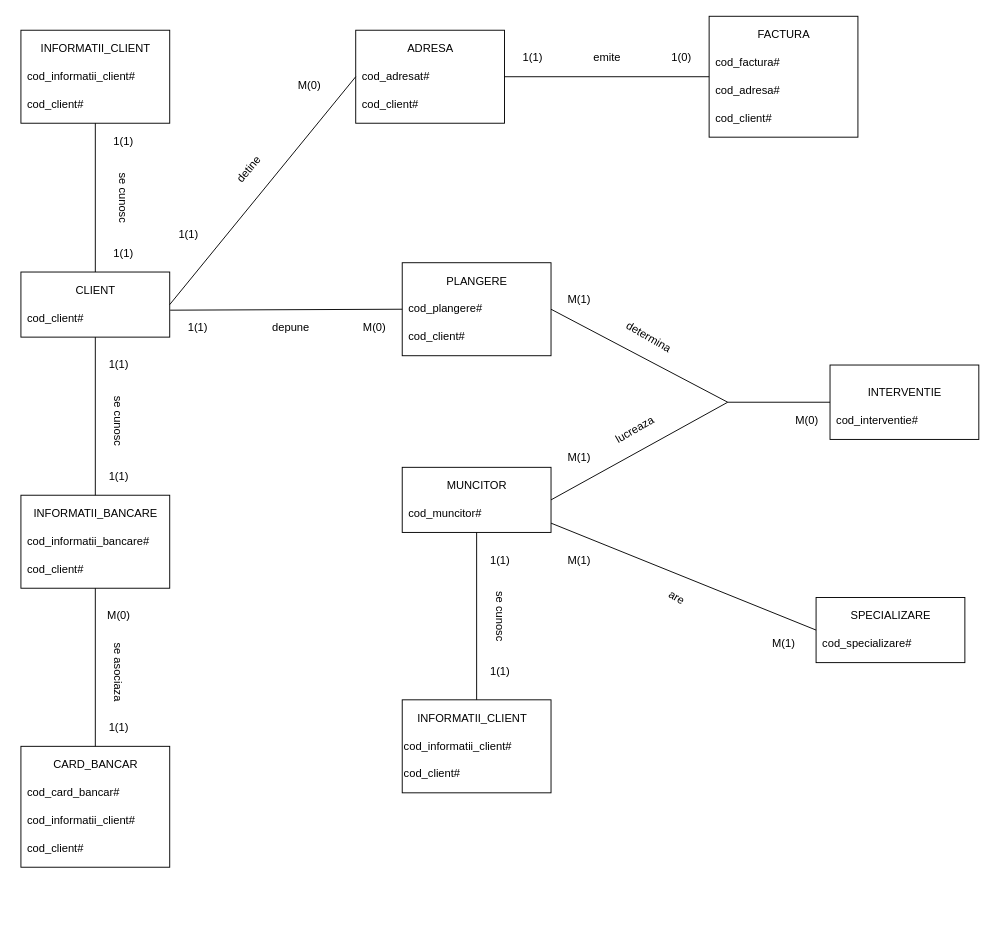
The draw.io diagram Proiect/Diagram_ER.drawio in ProiecteFacultate/Proiect_BD, before the edit. Source tidied: cells renumbered, new cells numbered last; positions are measured from the earlier drawing's top-left corner, leaving out a move shared by most shapes. Both pictures are drawn from the tidied source at 93%, with x=0, y=0 at pixel (20, 16).
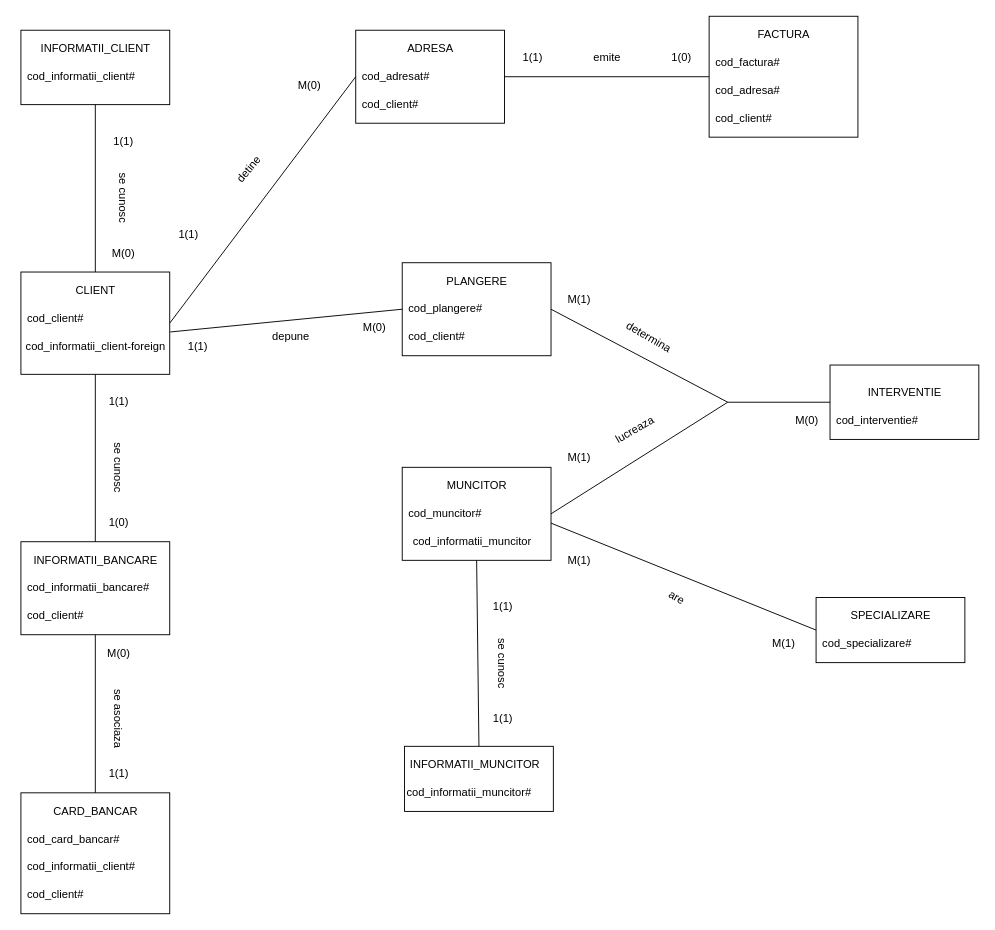
After the change.

Diff of the diagram source:
```diff
@@
     <mxCell id="2" style="rounded=0;whiteSpace=wrap;html=1;fillColor=none;" parent="1" vertex="1">
-      <mxGeometry y="275" width="160" height="70" as="geometry" />
+      <mxGeometry y="275" width="160" height="110" as="geometry" />
     </mxCell>
@@
     <mxCell id="5" style="rounded=0;whiteSpace=wrap;html=1;fillColor=none;" parent="1" vertex="1">
-      <mxGeometry y="515" width="160" height="100" as="geometry" />
+      <mxGeometry y="565" width="160" height="100" as="geometry" />
     </mxCell>
     <mxCell id="6" value="INFORMATII_BANCARE&lt;br&gt;" style="text;html=1;align=center;verticalAlign=middle;fillColor=none;strokeColor=none;rounded=0;" parent="1" vertex="1">
-      <mxGeometry x="5" y="525" width="150" height="20" as="geometry" />
+      <mxGeometry x="5" y="575" width="150" height="20" as="geometry" />
     </mxCell>
     <mxCell id="7" value="cod_informatii_bancare#" style="text;html=1;align=left;verticalAlign=middle;fillColor=none;strokeColor=none;rounded=0;" parent="1" vertex="1">
-      <mxGeometry x="5" y="555" width="150" height="20" as="geometry" />
+      <mxGeometry x="5" y="605" width="150" height="20" as="geometry" />
     </mxCell>
     <mxCell id="8" value="&lt;div style=&quot;&quot;&gt;&lt;span style=&quot;background-color: initial;&quot;&gt;cod_client#&lt;/span&gt;&lt;/div&gt;" style="text;html=1;align=left;verticalAlign=middle;fillColor=none;strokeColor=none;rounded=0;" parent="1" vertex="1">
-      <mxGeometry x="5" y="585" width="80" height="20" as="geometry" />
+      <mxGeometry x="5" y="635" width="80" height="20" as="geometry" />
     </mxCell>
     <mxCell id="9" value="se cunosc&lt;br&gt;" style="text;html=1;align=center;verticalAlign=middle;fillColor=none;strokeColor=none;rounded=0;rotation=90;" parent="1" vertex="1">
-      <mxGeometry x="70" y="425" width="70" height="20" as="geometry" />
+      <mxGeometry x="70" y="475" width="70" height="20" as="geometry" />
     </mxCell>
     <mxCell id="10" value="1(1)" style="text;html=1;align=center;verticalAlign=middle;fillColor=none;strokeColor=none;rounded=0;rotation=0;" parent="1" vertex="1">
-      <mxGeometry x="85" y="365" width="40" height="20" as="geometry" />
+      <mxGeometry x="85" y="405" width="40" height="20" as="geometry" />
     </mxCell>
-    <mxCell id="11" value="1(1)" style="text;html=1;align=center;verticalAlign=middle;fillColor=none;strokeColor=none;rounded=0;rotation=0;" parent="1" vertex="1">
-      <mxGeometry x="85" y="485" width="40" height="20" as="geometry" />
+    <mxCell id="11" value="1(0)" style="text;html=1;align=center;verticalAlign=middle;fillColor=none;strokeColor=none;rounded=0;rotation=0;" parent="1" vertex="1">
+      <mxGeometry x="85" y="535" width="40" height="20" as="geometry" />
     </mxCell>
     <mxCell id="12" style="rounded=0;whiteSpace=wrap;html=1;fillColor=none;" parent="1" vertex="1">
-      <mxGeometry y="785" width="160" height="130" as="geometry" />
+      <mxGeometry y="835" width="160" height="130" as="geometry" />
     </mxCell>
     <mxCell id="13" value="CARD_BANCAR" style="text;html=1;align=center;verticalAlign=middle;fillColor=none;strokeColor=none;rounded=0;" parent="1" vertex="1">
-      <mxGeometry x="25" y="795" width="110" height="20" as="geometry" />
+      <mxGeometry x="25" y="845" width="110" height="20" as="geometry" />
     </mxCell>
     <mxCell id="14" value="cod_card_bancar#" style="text;html=1;align=left;verticalAlign=middle;fillColor=none;strokeColor=none;rounded=0;" parent="1" vertex="1">
-      <mxGeometry x="5" y="825" width="110" height="20" as="geometry" />
+      <mxGeometry x="5" y="875" width="110" height="20" as="geometry" />
     </mxCell>
     <mxCell id="15" value="cod_informatii_client#" style="text;html=1;align=left;verticalAlign=middle;fillColor=none;strokeColor=none;rounded=0;" parent="1" vertex="1">
-      <mxGeometry x="5" y="855" width="130" height="20" as="geometry" />
+      <mxGeometry x="5" y="905" width="130" height="20" as="geometry" />
     </mxCell>
     <mxCell id="16" value="cod_client#" style="text;html=1;align=left;verticalAlign=middle;fillColor=none;strokeColor=none;rounded=0;" parent="1" vertex="1">
-      <mxGeometry x="5" y="885" width="80" height="20" as="geometry" />
+      <mxGeometry x="5" y="935" width="80" height="20" as="geometry" />
     </mxCell>
     <mxCell id="17" value="se asociaza&lt;br&gt;" style="text;html=1;align=center;verticalAlign=middle;fillColor=none;strokeColor=none;rounded=0;rotation=90;" parent="1" vertex="1">
-      <mxGeometry x="65" y="695" width="80" height="20" as="geometry" />
+      <mxGeometry x="65" y="745" width="80" height="20" as="geometry" />
     </mxCell>
     <mxCell id="18" value="1(1)" style="text;html=1;align=center;verticalAlign=middle;fillColor=none;strokeColor=none;rounded=0;rotation=0;" parent="1" vertex="1">
-      <mxGeometry x="85" y="755" width="40" height="20" as="geometry" />
+      <mxGeometry x="85" y="805" width="40" height="20" as="geometry" />
     </mxCell>
     <mxCell id="19" value="M(0)" style="text;html=1;align=center;verticalAlign=middle;fillColor=none;strokeColor=none;rounded=0;rotation=0;" parent="1" vertex="1">
-      <mxGeometry x="85" y="635" width="40" height="20" as="geometry" />
+      <mxGeometry x="85" y="675" width="40" height="20" as="geometry" />
     </mxCell>
     <mxCell id="20" style="rounded=0;whiteSpace=wrap;html=1;fillColor=none;" parent="1" vertex="1">
-      <mxGeometry y="15" width="160" height="100" as="geometry" />
+      <mxGeometry y="15" width="160" height="80" as="geometry" />
     </mxCell>
@@
-    <mxCell id="23" value="&lt;div style=&quot;&quot;&gt;&lt;span style=&quot;background-color: initial;&quot;&gt;cod_client#&lt;/span&gt;&lt;/div&gt;" style="text;html=1;align=left;verticalAlign=middle;fillColor=none;strokeColor=none;rounded=0;" parent="1" vertex="1">
-      <mxGeometry x="5" y="85" width="80" height="20" as="geometry" />
-    </mxCell>
@@
-    <mxCell id="29" value="1(1)" style="text;html=1;align=center;verticalAlign=middle;fillColor=none;strokeColor=none;rounded=0;rotation=0;" parent="1" vertex="1">
+    <mxCell id="29" value="M(0)" style="text;html=1;align=center;verticalAlign=middle;fillColor=none;strokeColor=none;rounded=0;rotation=0;" parent="1" vertex="1">
       <mxGeometry x="90" y="245" width="40" height="20" as="geometry" />
     </mxCell>
@@
     <mxCell id="52" value="depune&lt;br&gt;" style="text;html=1;align=center;verticalAlign=middle;fillColor=none;strokeColor=none;rounded=0;" parent="1" vertex="1">
-      <mxGeometry x="260" y="325" width="60" height="20" as="geometry" />
+      <mxGeometry x="260" y="335" width="60" height="20" as="geometry" />
     </mxCell>
     <mxCell id="53" value="1(1)" style="text;html=1;align=center;verticalAlign=middle;fillColor=none;strokeColor=none;rounded=0;rotation=0;" parent="1" vertex="1">
-      <mxGeometry x="170" y="325" width="40" height="20" as="geometry" />
+      <mxGeometry x="170" y="345" width="40" height="20" as="geometry" />
     </mxCell>
@@
     <mxCell id="55" style="rounded=0;whiteSpace=wrap;html=1;fillColor=none;" parent="1" vertex="1">
-      <mxGeometry x="410" y="485" width="160" height="70" as="geometry" />
+      <mxGeometry x="410" y="485" width="160" height="100" as="geometry" />
     </mxCell>
@@
     <mxCell id="69" style="rounded=0;whiteSpace=wrap;html=1;fillColor=none;" parent="1" vertex="1">
-      <mxGeometry x="410" y="735" width="160" height="100" as="geometry" />
+      <mxGeometry x="412.5" y="785" width="160" height="70" as="geometry" />
     </mxCell>
-    <mxCell id="70" value="INFORMATII_CLIENT" style="text;html=1;align=center;verticalAlign=middle;fillColor=none;strokeColor=none;rounded=0;" parent="1" vertex="1">
-      <mxGeometry x="420" y="745" width="130" height="20" as="geometry" />
+    <mxCell id="70" value="INFORMATII_MUNCITOR" style="text;html=1;align=center;verticalAlign=middle;fillColor=none;strokeColor=none;rounded=0;" parent="1" vertex="1">
+      <mxGeometry x="407.5" y="795" width="160" height="20" as="geometry" />
     </mxCell>
-    <mxCell id="71" value="cod_informatii_client#" style="text;html=1;align=left;verticalAlign=middle;fillColor=none;strokeColor=none;rounded=0;" parent="1" vertex="1">
-      <mxGeometry x="410" y="775" width="130" height="20" as="geometry" />
+    <mxCell id="71" value="cod_informatii_muncitor#" style="text;html=1;align=left;verticalAlign=middle;fillColor=none;strokeColor=none;rounded=0;" parent="1" vertex="1">
+      <mxGeometry x="412.5" y="825" width="150" height="20" as="geometry" />
     </mxCell>
-    <mxCell id="72" value="&lt;div style=&quot;&quot;&gt;&lt;span style=&quot;background-color: initial;&quot;&gt;cod_client#&lt;/span&gt;&lt;/div&gt;" style="text;html=1;align=left;verticalAlign=middle;fillColor=none;strokeColor=none;rounded=0;" parent="1" vertex="1">
-      <mxGeometry x="410" y="805" width="80" height="20" as="geometry" />
-    </mxCell>
     <mxCell id="73" value="se cunosc&lt;br&gt;" style="text;html=1;align=center;verticalAlign=middle;fillColor=none;strokeColor=none;rounded=0;rotation=90;" parent="1" vertex="1">
-      <mxGeometry x="480" y="635" width="70" height="20" as="geometry" />
+      <mxGeometry x="482.5" y="685" width="70" height="20" as="geometry" />
     </mxCell>
     <mxCell id="74" value="1(1)" style="text;html=1;align=center;verticalAlign=middle;fillColor=none;strokeColor=none;rounded=0;rotation=0;" parent="1" vertex="1">
-      <mxGeometry x="495" y="575" width="40" height="20" as="geometry" />
+      <mxGeometry x="497.5" y="625" width="40" height="20" as="geometry" />
     </mxCell>
     <mxCell id="75" value="1(1)" style="text;html=1;align=center;verticalAlign=middle;fillColor=none;strokeColor=none;rounded=0;rotation=0;" parent="1" vertex="1">
-      <mxGeometry x="495" y="695" width="40" height="20" as="geometry" />
+      <mxGeometry x="497.5" y="745" width="40" height="20" as="geometry" />
     </mxCell>
@@
+    <mxCell id="84" value="cod_informatii_client-foreign" style="text;html=1;align=center;verticalAlign=middle;fillColor=none;strokeColor=none;rounded=0;" parent="1" vertex="1">
+      <mxGeometry x="-5" y="345" width="170" height="20" as="geometry" />
+    </mxCell>
+    <mxCell id="85" value="cod_informatii_muncitor&lt;br&gt;" style="text;html=1;align=center;verticalAlign=middle;fillColor=none;strokeColor=none;rounded=0;" parent="1" vertex="1">
+      <mxGeometry x="415" y="555" width="140" height="20" as="geometry" />
+    </mxCell>
```
